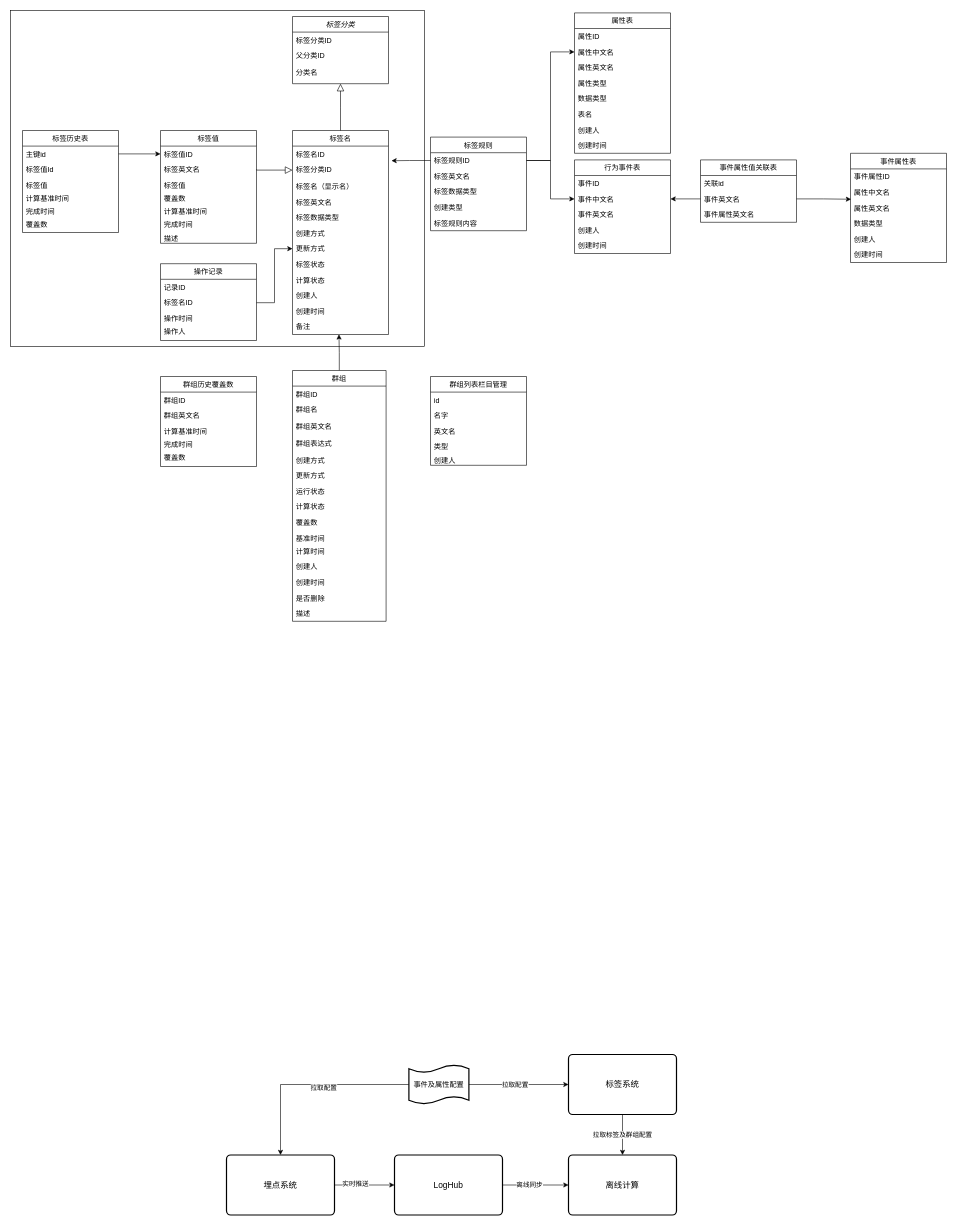
hunanxinhua/Designer keeps this draw.io diagram as Untitled Diagram.drawio. Above is the earlier version. Source tidied: cells renumbered, new cells numbered last; positions are measured from the earlier drawing's top-left corner, leaving out a move shared by most shapes. Both pictures are drawn from the tidied source at 60%, with x=0, y=0 at pixel (10, 10).
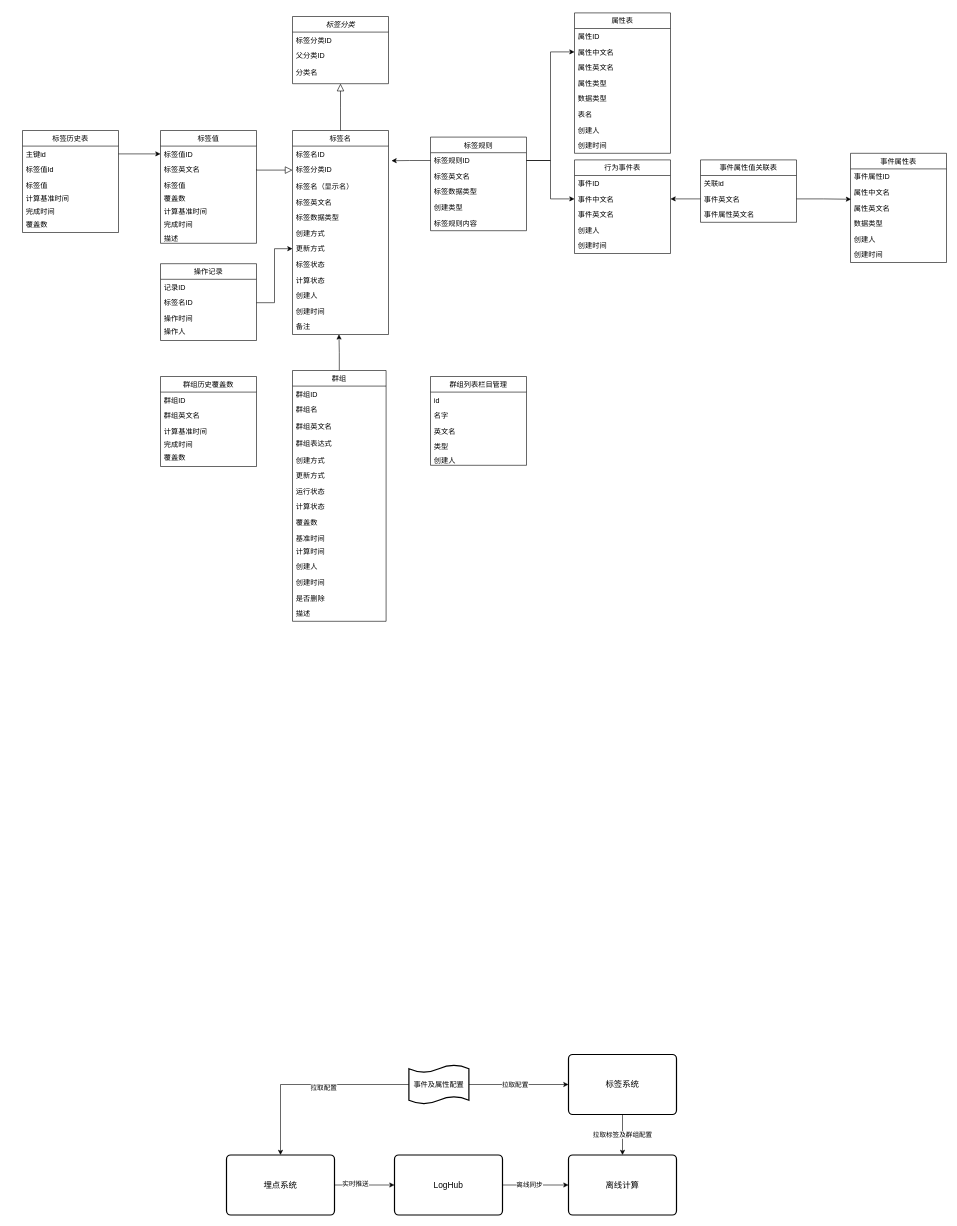
After the change.

Diff of the diagram source:
```diff
@@
-    <mxCell id="2" style="rounded=0;whiteSpace=wrap;html=1;" parent="1" vertex="1">
-      <mxGeometry width="690" height="560" as="geometry" />
-    </mxCell>
```
